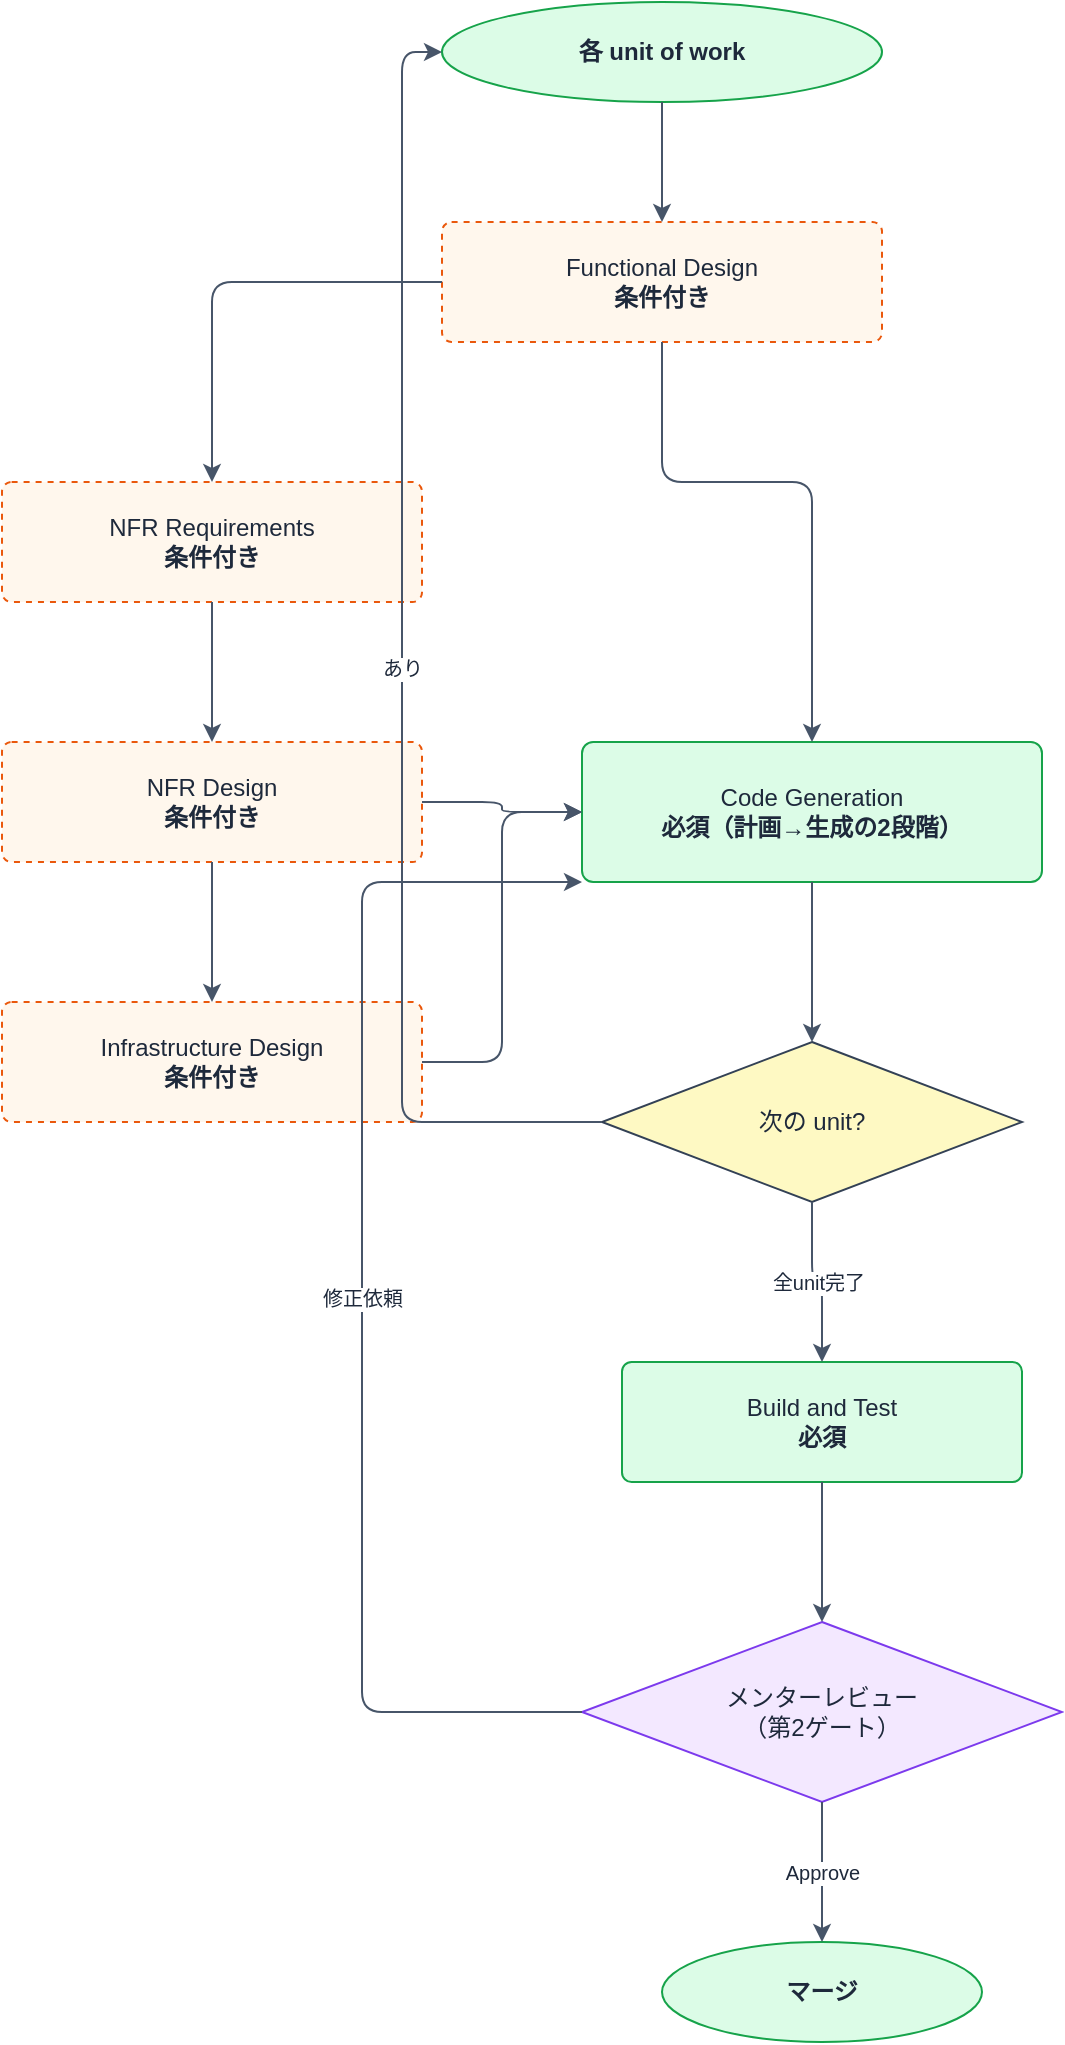
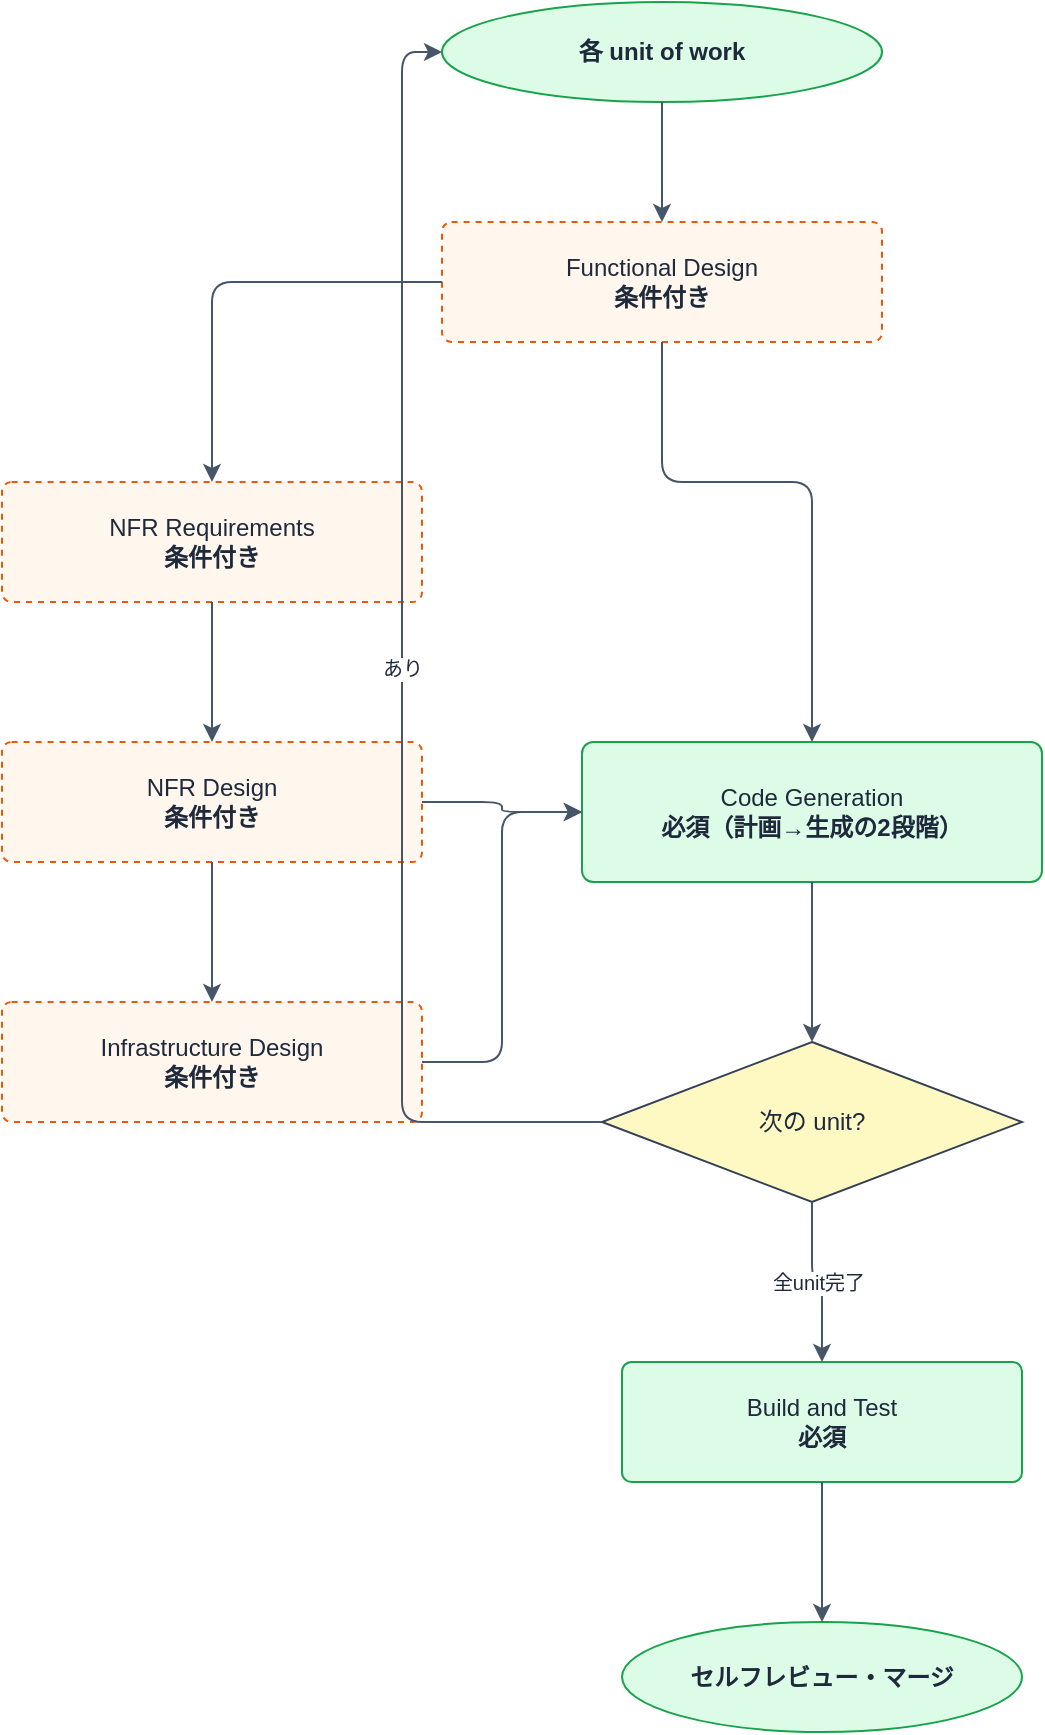
<?xml version="1.0" encoding="UTF-8"?>
<mxfile host="drawio" version="26.0.0">
  <diagram name="CONSTRUCTION フェーズ">
    <mxGraphModel>
      <root>
        <mxCell id="0" />
        <mxCell id="1" parent="0" />
        <!-- 各 unit of work（開始） -->
        <mxCell id="2" value="各 unit of work" style="ellipse;whiteSpace=wrap;html=1;fillColor=#DCFCE7;strokeColor=#16A34A;fontColor=#1E293B;fontStyle=1;" vertex="1" parent="1">
          <mxGeometry x="260" y="20" width="220" height="50" as="geometry" />
        </mxCell>
        <!-- Functional Design（条件付き・オレンジ破線） -->
        <mxCell id="3" value="Functional Design&#xa;&lt;b&gt;条件付き&lt;/b&gt;" style="rounded=1;whiteSpace=wrap;html=1;fillColor=#FFF7ED;strokeColor=#EA580C;fontColor=#1E293B;arcSize=8;dashed=1;" vertex="1" parent="1">
          <mxGeometry x="260" y="130" width="220" height="60" as="geometry" />
        </mxCell>
        <!-- NFR Requirements（条件付き・オレンジ破線） -->
        <mxCell id="4" value="NFR Requirements&#xa;&lt;b&gt;条件付き&lt;/b&gt;" style="rounded=1;whiteSpace=wrap;html=1;fillColor=#FFF7ED;strokeColor=#EA580C;fontColor=#1E293B;arcSize=8;dashed=1;" vertex="1" parent="1">
          <mxGeometry x="40" y="260" width="210" height="60" as="geometry" />
        </mxCell>
        <!-- NFR Design（条件付き・オレンジ破線） -->
        <mxCell id="5" value="NFR Design&#xa;&lt;b&gt;条件付き&lt;/b&gt;" style="rounded=1;whiteSpace=wrap;html=1;fillColor=#FFF7ED;strokeColor=#EA580C;fontColor=#1E293B;arcSize=8;dashed=1;" vertex="1" parent="1">
          <mxGeometry x="40" y="390" width="210" height="60" as="geometry" />
        </mxCell>
        <!-- Infrastructure Design（条件付き・オレンジ破線） -->
        <mxCell id="6" value="Infrastructure Design&#xa;&lt;b&gt;条件付き&lt;/b&gt;" style="rounded=1;whiteSpace=wrap;html=1;fillColor=#FFF7ED;strokeColor=#EA580C;fontColor=#1E293B;arcSize=8;dashed=1;" vertex="1" parent="1">
          <mxGeometry x="40" y="520" width="210" height="60" as="geometry" />
        </mxCell>
        <!-- Code Generation（必須・緑） -->
        <mxCell id="7" value="Code Generation&#xa;&lt;b&gt;必須（計画→生成の2段階）&lt;/b&gt;" style="rounded=1;whiteSpace=wrap;html=1;fillColor=#DCFCE7;strokeColor=#16A34A;fontColor=#1E293B;arcSize=8;" vertex="1" parent="1">
          <mxGeometry x="330" y="390" width="230" height="70" as="geometry" />
        </mxCell>
        <!-- 次の unit?（判定・黄菱形） -->
        <mxCell id="8" value="次の unit?" style="rhombus;whiteSpace=wrap;html=1;fillColor=#FEF9C3;strokeColor=#334155;fontColor=#1E293B;" vertex="1" parent="1">
          <mxGeometry x="340" y="540" width="210" height="80" as="geometry" />
        </mxCell>
        <!-- Build and Test（必須・緑） -->
        <mxCell id="9" value="Build and Test&#xa;&lt;b&gt;必須&lt;/b&gt;" style="rounded=1;whiteSpace=wrap;html=1;fillColor=#DCFCE7;strokeColor=#16A34A;fontColor=#1E293B;arcSize=8;" vertex="1" parent="1">
          <mxGeometry x="350" y="700" width="200" height="60" as="geometry" />
        </mxCell>
-         <!-- メンターレビュー 第2ゲート（紫・菱形） -->
-         <mxCell id="10" value="メンターレビュー&#xa;（第2ゲート）" style="rhombus;whiteSpace=wrap;html=1;fillColor=#F3E8FF;strokeColor=#7C3AED;fontColor=#1E293B;" vertex="1" parent="1">
-           <mxGeometry x="330" y="830" width="240" height="90" as="geometry" />
-         </mxCell>
-         <!-- マージ（終了） -->
-         <mxCell id="11" value="マージ" style="ellipse;whiteSpace=wrap;html=1;fillColor=#DCFCE7;strokeColor=#16A34A;fontColor=#1E293B;fontStyle=1;" vertex="1" parent="1">
-           <mxGeometry x="370" y="990" width="160" height="50" as="geometry" />
+         <!-- マージ（終了、セルフレビュー後） -->
+         <mxCell id="11" value="セルフレビュー・マージ" style="ellipse;whiteSpace=wrap;html=1;fillColor=#DCFCE7;strokeColor=#16A34A;fontColor=#1E293B;fontStyle=1;" vertex="1" parent="1">
+           <mxGeometry x="350" y="830" width="200" height="55" as="geometry" />
        </mxCell>
        <!-- Edges -->
        <!-- Start → FD -->
        <mxCell id="12" value="" style="edgeStyle=orthogonalEdgeStyle;rounded=1;orthogonalLoop=1;jettySize=auto;html=1;strokeColor=#475569;" edge="1" parent="1" source="2" target="3">
          <mxGeometry relative="1" as="geometry" />
        </mxCell>
        <!-- FD → NFRR（条件付き） -->
        <mxCell id="13" value="" style="edgeStyle=orthogonalEdgeStyle;rounded=1;orthogonalLoop=1;jettySize=auto;html=1;strokeColor=#475569;exitX=0;exitY=0.5;exitDx=0;exitDy=0;entryX=0.5;entryY=0;entryDx=0;entryDy=0;" edge="1" parent="1" source="3" target="4">
          <mxGeometry relative="1" as="geometry" />
        </mxCell>
        <!-- FD → CG（NFRR スキップ） -->
        <mxCell id="14" value="" style="edgeStyle=orthogonalEdgeStyle;rounded=1;orthogonalLoop=1;jettySize=auto;html=1;strokeColor=#475569;exitX=0.5;exitY=1;exitDx=0;exitDy=0;entryX=0.5;entryY=0;entryDx=0;entryDy=0;" edge="1" parent="1" source="3" target="7">
          <mxGeometry relative="1" as="geometry">
            <Array as="points">
              <mxPoint x="370" y="260" />
              <mxPoint x="445" y="260" />
            </Array>
          </mxGeometry>
        </mxCell>
        <!-- NFRR → NFRD -->
        <mxCell id="15" value="" style="edgeStyle=orthogonalEdgeStyle;rounded=1;orthogonalLoop=1;jettySize=auto;html=1;strokeColor=#475569;" edge="1" parent="1" source="4" target="5">
          <mxGeometry relative="1" as="geometry" />
        </mxCell>
        <!-- NFRD → ID（条件付き） -->
        <mxCell id="16" value="" style="edgeStyle=orthogonalEdgeStyle;rounded=1;orthogonalLoop=1;jettySize=auto;html=1;strokeColor=#475569;" edge="1" parent="1" source="5" target="6">
          <mxGeometry relative="1" as="geometry" />
        </mxCell>
        <!-- NFRD → CG（ID スキップ） -->
        <mxCell id="17" value="" style="edgeStyle=orthogonalEdgeStyle;rounded=1;orthogonalLoop=1;jettySize=auto;html=1;strokeColor=#475569;exitX=1;exitY=0.5;exitDx=0;exitDy=0;entryX=0;entryY=0.5;entryDx=0;entryDy=0;" edge="1" parent="1" source="5" target="7">
          <mxGeometry relative="1" as="geometry" />
        </mxCell>
        <!-- ID → CG -->
        <mxCell id="18" value="" style="edgeStyle=orthogonalEdgeStyle;rounded=1;orthogonalLoop=1;jettySize=auto;html=1;strokeColor=#475569;exitX=1;exitY=0.5;exitDx=0;exitDy=0;entryX=0;entryY=0.5;entryDx=0;entryDy=0;" edge="1" parent="1" source="6" target="7">
          <mxGeometry relative="1" as="geometry" />
        </mxCell>
        <!-- CG → Next -->
        <mxCell id="19" value="" style="edgeStyle=orthogonalEdgeStyle;rounded=1;orthogonalLoop=1;jettySize=auto;html=1;strokeColor=#475569;exitX=0.5;exitY=1;exitDx=0;exitDy=0;entryX=0.5;entryY=0;entryDx=0;entryDy=0;" edge="1" parent="1" source="7" target="8">
          <mxGeometry relative="1" as="geometry" />
        </mxCell>
        <!-- Next → Start（あり：ループバック） -->
        <mxCell id="20" value="あり" style="edgeStyle=orthogonalEdgeStyle;rounded=1;orthogonalLoop=1;jettySize=auto;html=1;strokeColor=#475569;fontColor=#1E293B;fontSize=10;exitX=0;exitY=0.5;exitDx=0;exitDy=0;entryX=0;entryY=0.5;entryDx=0;entryDy=0;" edge="1" parent="1" source="8" target="2">
          <mxGeometry relative="1" as="geometry">
            <Array as="points">
              <mxPoint x="240" y="580" />
              <mxPoint x="240" y="45" />
            </Array>
          </mxGeometry>
        </mxCell>
        <!-- Next → BT（全unit完了） -->
        <mxCell id="21" value="全unit完了" style="edgeStyle=orthogonalEdgeStyle;rounded=1;orthogonalLoop=1;jettySize=auto;html=1;strokeColor=#475569;fontColor=#1E293B;fontSize=10;exitX=0.5;exitY=1;exitDx=0;exitDy=0;entryX=0.5;entryY=0;entryDx=0;entryDy=0;" edge="1" parent="1" source="8" target="9">
          <mxGeometry relative="1" as="geometry" />
        </mxCell>
-         <!-- BT → G2 -->
-         <mxCell id="22" value="" style="edgeStyle=orthogonalEdgeStyle;rounded=1;orthogonalLoop=1;jettySize=auto;html=1;strokeColor=#475569;" edge="1" parent="1" source="9" target="10">
+         <!-- BT → マージ -->
+         <mxCell id="22" value="" style="edgeStyle=orthogonalEdgeStyle;rounded=1;orthogonalLoop=1;jettySize=auto;html=1;strokeColor=#475569;" edge="1" parent="1" source="9" target="11">
          <mxGeometry relative="1" as="geometry" />
-         </mxCell>
-         <!-- G2 → Done（Approve） -->
-         <mxCell id="23" value="Approve" style="edgeStyle=orthogonalEdgeStyle;rounded=1;orthogonalLoop=1;jettySize=auto;html=1;strokeColor=#475569;fontColor=#1E293B;fontSize=10;exitX=0.5;exitY=1;exitDx=0;exitDy=0;entryX=0.5;entryY=0;entryDx=0;entryDy=0;" edge="1" parent="1" source="10" target="11">
-           <mxGeometry relative="1" as="geometry" />
-         </mxCell>
-         <!-- G2 → CG（修正依頼） -->
-         <mxCell id="24" value="修正依頼" style="edgeStyle=orthogonalEdgeStyle;rounded=1;orthogonalLoop=1;jettySize=auto;html=1;strokeColor=#475569;fontColor=#1E293B;fontSize=10;exitX=0;exitY=0.5;exitDx=0;exitDy=0;entryX=0;entryY=1;entryDx=0;entryDy=0;" edge="1" parent="1" source="10" target="7">
-           <mxGeometry relative="1" as="geometry">
-             <Array as="points">
-               <mxPoint x="220" y="875" />
-               <mxPoint x="220" y="460" />
-             </Array>
-           </mxGeometry>
        </mxCell>
      </root>
    </mxGraphModel>
  </diagram>
</mxfile>
